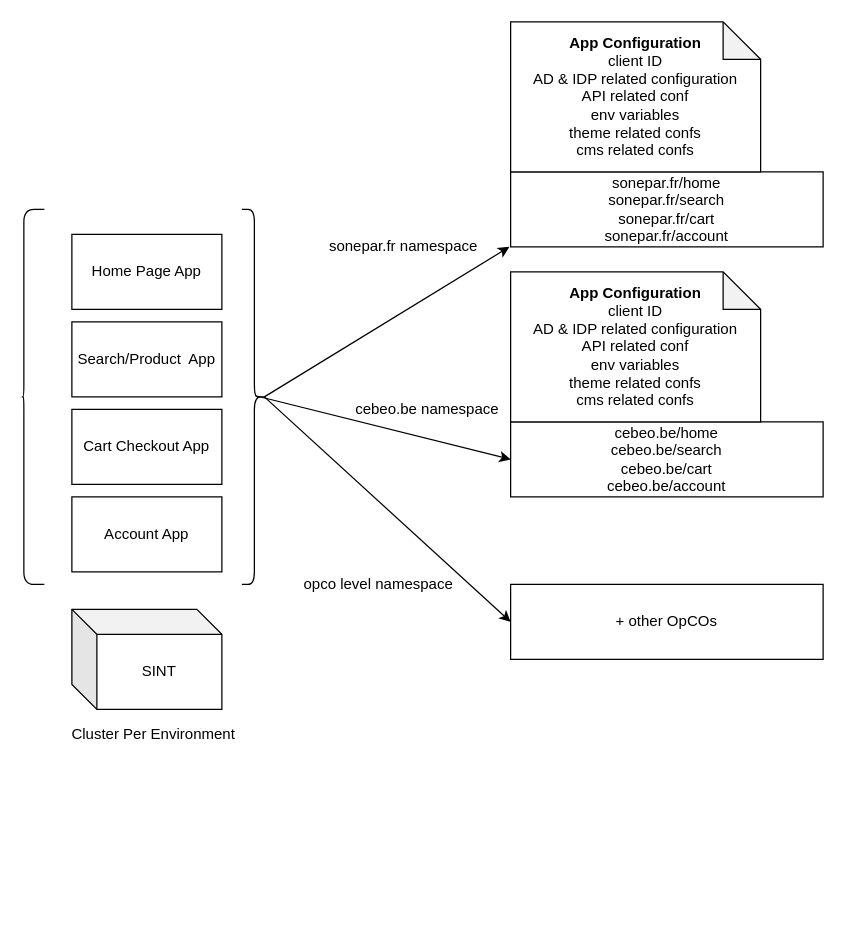
Before: Untitled Diagram.drawio in anoop-gupt/diagrams, a draw.io diagram. Source tidied: cells renumbered, new cells numbered last; positions are measured from the earlier drawing's top-left corner, leaving out a move shared by most shapes. Both pictures are drawn from the tidied source at 125%, with x=0, y=0 at pixel (21, 21).
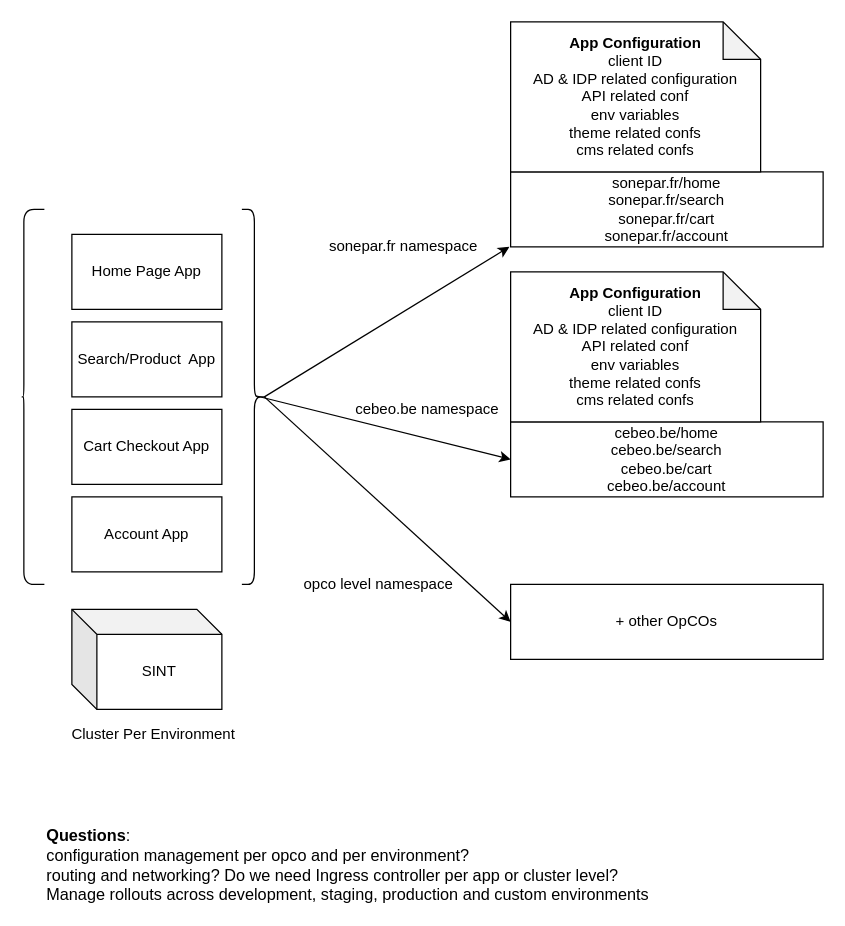
The same page after the edit.

Diff of the diagram source:
```diff
@@
+    <mxCell id="21" value="&lt;font style=&quot;font-size: 13px&quot;&gt;&lt;b&gt;Questions&lt;/b&gt;:&lt;br&gt;configuration management per opco and per environment?&lt;br&gt;routing and networking? Do we need Ingress controller per app or cluster level?&lt;br&gt;Manage rollouts&amp;nbsp;across development, staging, production and custom environments&lt;/font&gt;" style="text;html=1;align=left;verticalAlign=middle;fillColor=none;strokeColor=none;rounded=0;" parent="1" vertex="1">
+      <mxGeometry x="18" y="645" width="500" height="60" as="geometry" />
+    </mxCell>
```
